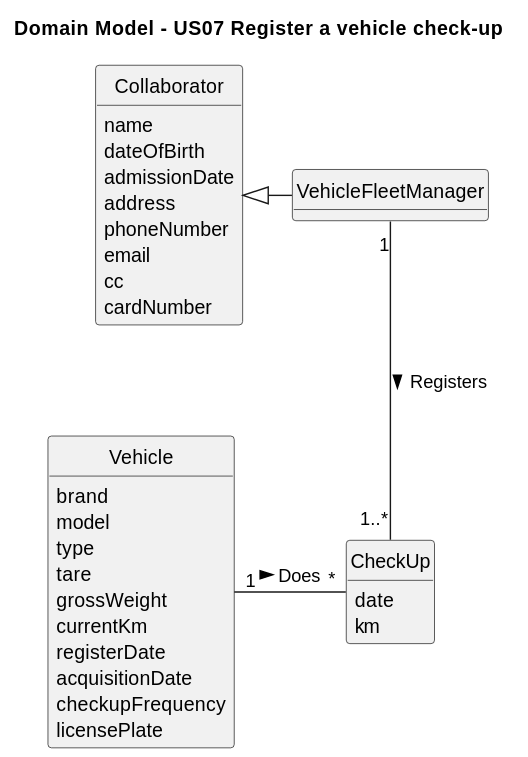
Earlier version of the PlantUML export docs/sprint2/us07/02.analysis/svg/us07-domain-model.svg (Departamento-de-Engenharia-Informatica/lei-24-s2-1db-g022).
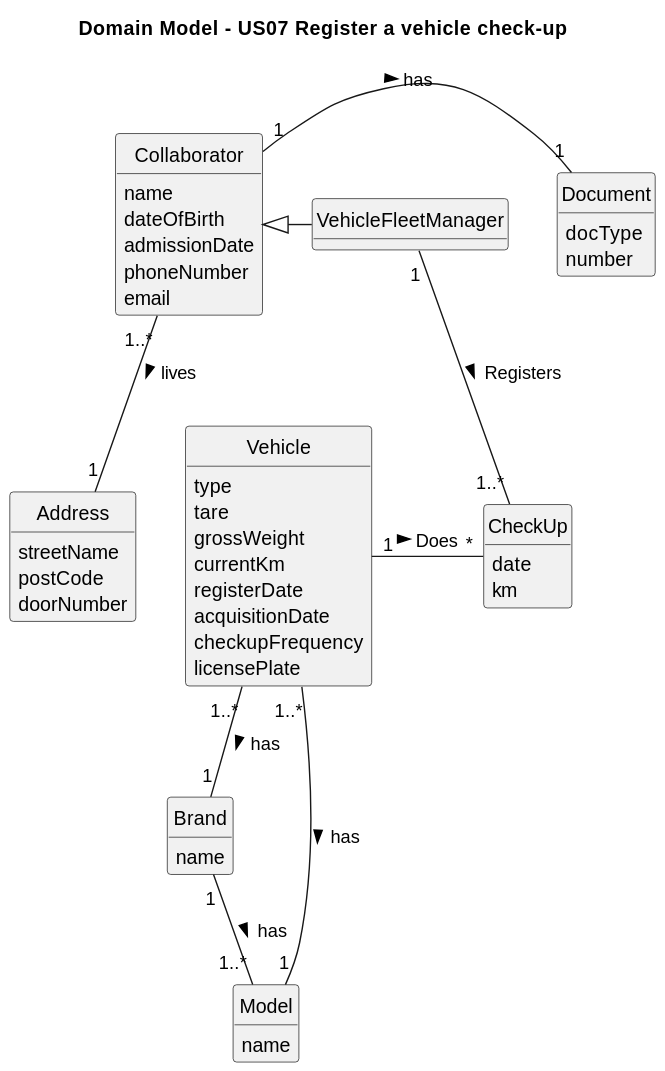
The same diagram one commit later.

Change to the diagram source:
```diff
@@ -12,19 +12,25 @@
     name
     dateOfBirth
     admissionDate
-    address
     phoneNumber
     email
-    cc
-    cardNumber
+}
+
+class Document{
+    docType
+    number
+}
+
+class Address {
+    streetName
+    postCode
+    doorNumber
 }
 
 class VehicleFleetManager {
 }
 
 class Vehicle{
-    brand
-    model
     type
     tare
     grossWeight
@@ -35,12 +41,28 @@
     licensePlate
 }
 
+class Brand{
+    name
+}
+
+class Model{
+    name
+}
+
 class CheckUp{
     date
     km
 }
+Collaborator "1" - "1" Document : has >
 
+Collaborator "1..*" -- "1" Address : lives >
 Collaborator <|- VehicleFleetManager
+
 VehicleFleetManager "1" -- "1..*" CheckUp : Registers >
 Vehicle "1" - "*" CheckUp : Does >
+
+Vehicle "1..*" -- "1" Brand : has >
+Brand "1" -- "1..*" Model : has >
+
+Vehicle "1..*" -- "1" Model :  has >
 @enduml
```
